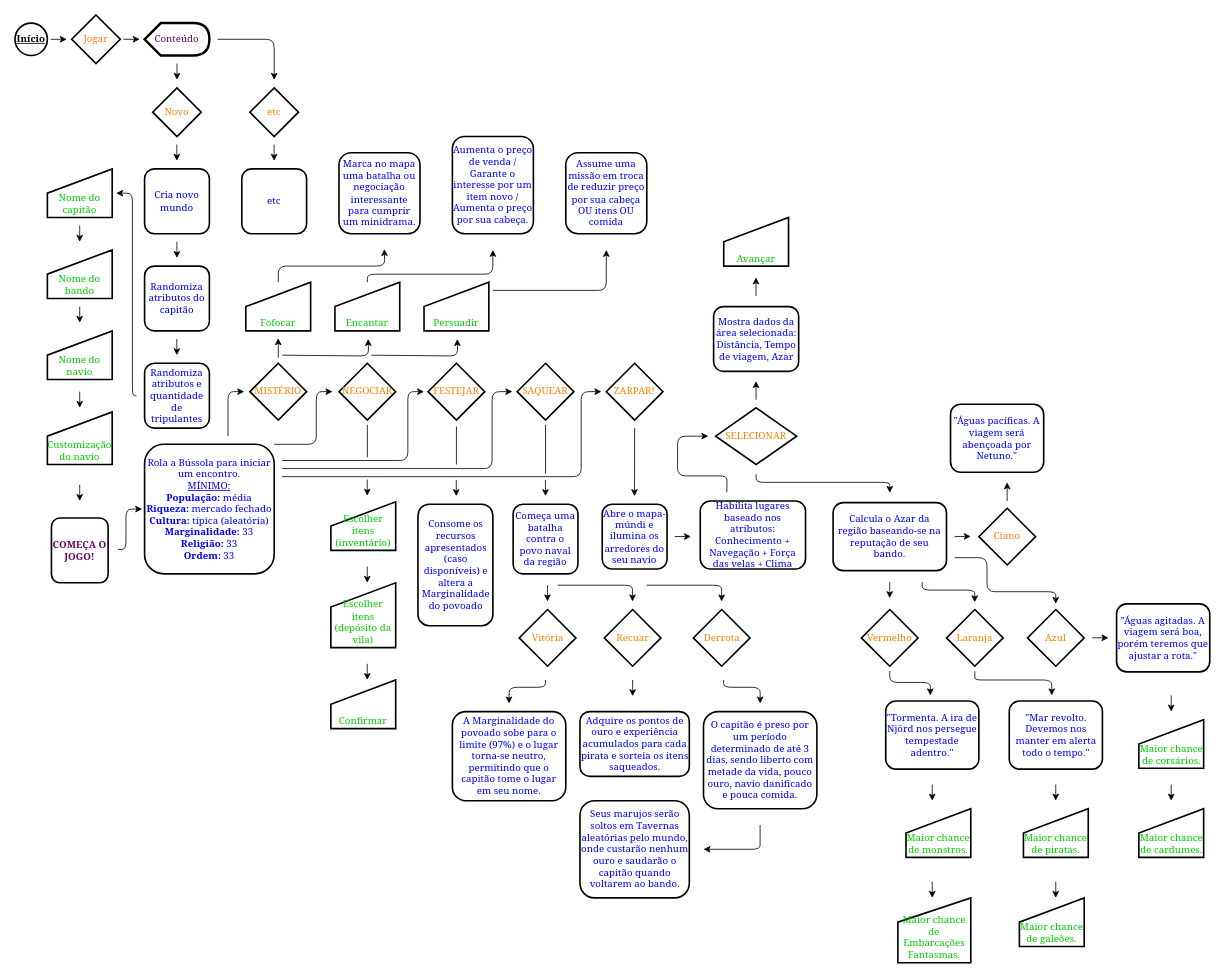
The draw.io diagram teste.drawio in ErosBenkert/LOPR, before the edit. Source tidied: cells renumbered, new cells numbered last; positions are measured from the earlier drawing's top-left corner, leaving out a move shared by most shapes. Both pictures are drawn from the tidied source at 81%, with x=0, y=0 at pixel (15, 15).
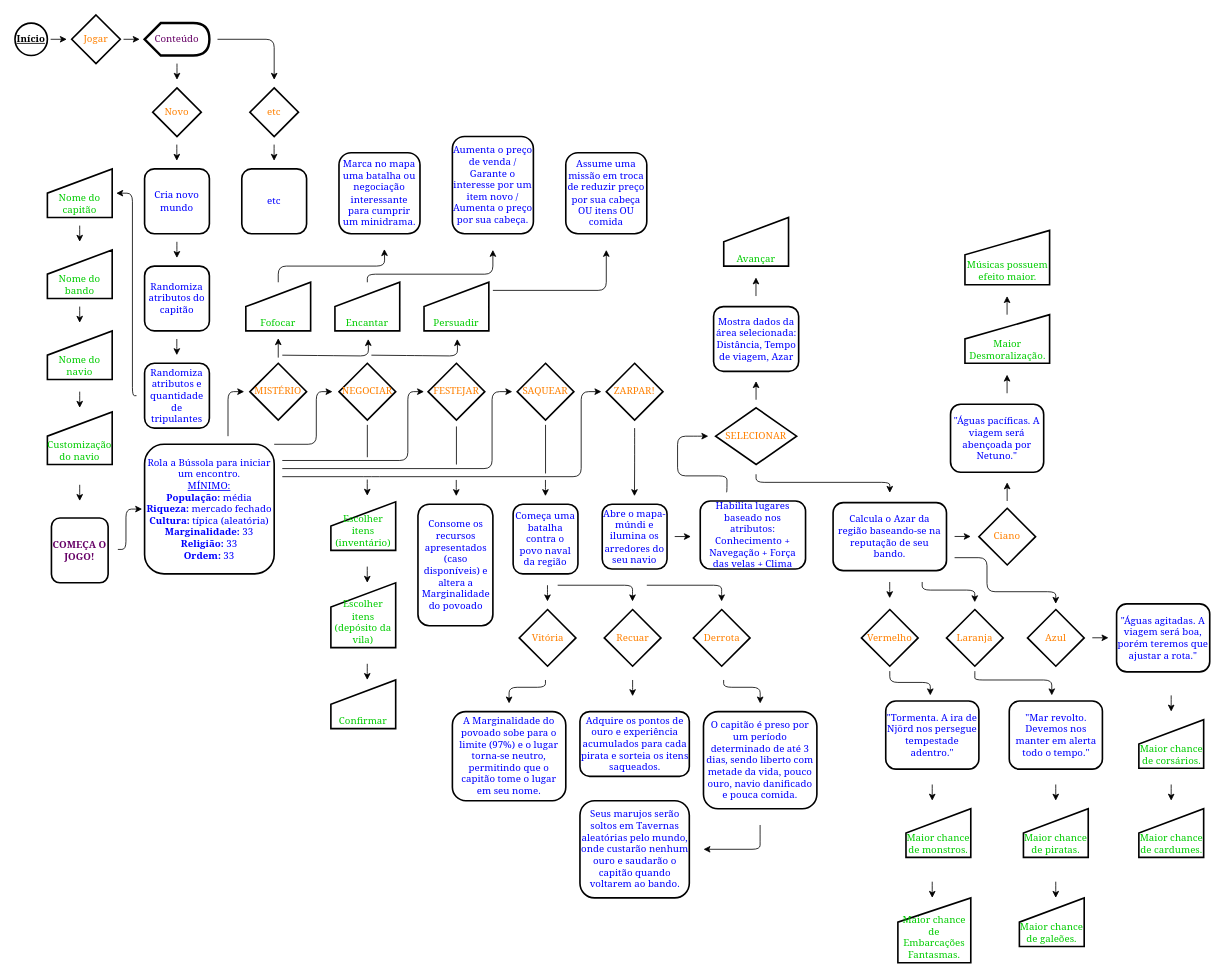
The same page after the edit.

What changed in the source:
```diff
@@
+    <mxCell id="120" value="Maior Desmoralização." style="shape=manualInput;whiteSpace=wrap;html=1;strokeWidth=2;fontFamily=Georgia;fontColor=#00CC00;verticalAlign=bottom;" parent="1" vertex="1">
+      <mxGeometry x="1172.8" y="370" width="104.5" height="60" as="geometry" />
+    </mxCell>
+    <mxCell id="121" style="edgeStyle=orthogonalEdgeStyle;rounded=0;orthogonalLoop=1;jettySize=auto;html=1;" parent="1" edge="1">
+      <mxGeometry relative="1" as="geometry">
+        <mxPoint x="1224.8" y="467" as="sourcePoint" />
+        <mxPoint x="1224.8" y="444" as="targetPoint" />
+      </mxGeometry>
+    </mxCell>
+    <mxCell id="122" value="Músicas possuem efeito maior." style="shape=manualInput;whiteSpace=wrap;html=1;strokeWidth=2;fontFamily=Georgia;fontColor=#00CC00;verticalAlign=bottom;" parent="1" vertex="1">
+      <mxGeometry x="1172.8" y="266" width="104.5" height="67" as="geometry" />
+    </mxCell>
+    <mxCell id="123" style="edgeStyle=orthogonalEdgeStyle;rounded=0;orthogonalLoop=1;jettySize=auto;html=1;" parent="1" edge="1">
+      <mxGeometry relative="1" as="geometry">
+        <mxPoint x="1224.8" y="370" as="sourcePoint" />
+        <mxPoint x="1224.8" y="347" as="targetPoint" />
+      </mxGeometry>
+    </mxCell>
```
